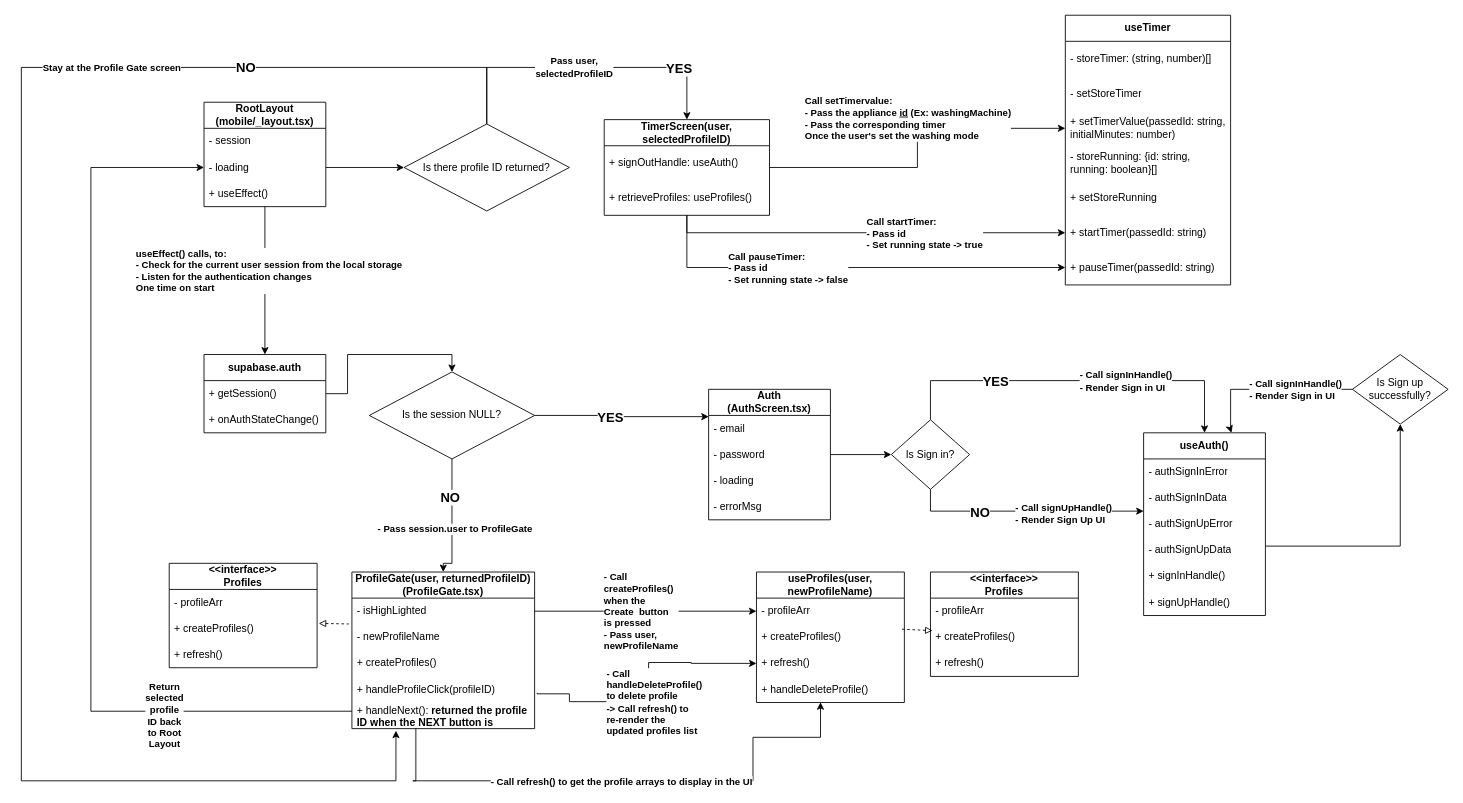
The draw.io diagram page "UML Class Diagram" (1 of 2) of Class_Diagram_Web.drawio in khanhsaan/SharedTimer_v1, before the edit. Source tidied: cells renumbered, new cells numbered last; positions are measured from the earlier drawing's top-left corner, leaving out a move shared by most shapes. Both pictures are drawn from the tidied source at 87%, with x=0, y=0 at pixel (21, 15).
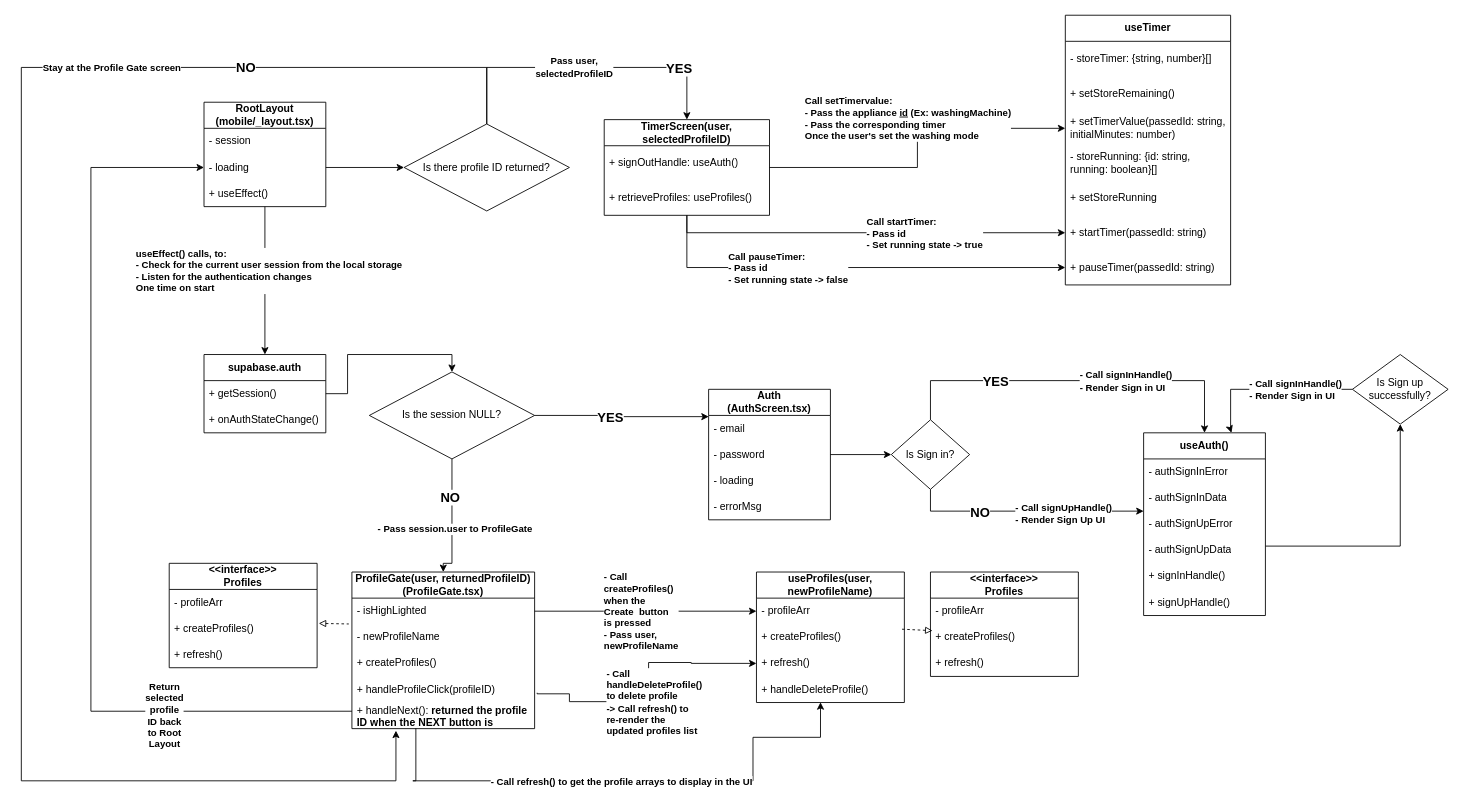
After the change.

Unchanged cells that the change refers to:
```xml
<mxCell id="84" value="useTimer" style="swimlane;fontStyle=1;horizontal=1;startSize=30;whiteSpace=wrap;html=1;" parent="1" vertex="1">
  <mxGeometry x="1200" width="190" height="310" as="geometry" />
</mxCell>
```

What changed in the source:
```diff
@@
-    <mxCell id="85" value="&lt;div&gt;- storeTimer: (string, number)[]&lt;/div&gt;" style="text;strokeColor=none;fillColor=none;align=left;verticalAlign=middle;spacingLeft=4;spacingRight=4;overflow=hidden;whiteSpace=wrap;html=1;" parent="84" vertex="1">
+    <mxCell id="85" value="&lt;div&gt;- storeTimer: {string, number}[]&lt;/div&gt;" style="text;strokeColor=none;fillColor=none;align=left;verticalAlign=middle;spacingLeft=4;spacingRight=4;overflow=hidden;whiteSpace=wrap;html=1;" parent="84" vertex="1">
       <mxGeometry y="30" width="190" height="40" as="geometry" />
     </mxCell>
-    <mxCell id="86" value="&lt;div&gt;- setStoreTimer&lt;/div&gt;" style="text;strokeColor=none;fillColor=none;align=left;verticalAlign=middle;spacingLeft=4;spacingRight=4;overflow=hidden;whiteSpace=wrap;html=1;" parent="84" vertex="1">
+    <mxCell id="86" value="&lt;div&gt;+ setStoreRemaining()&lt;/div&gt;" style="text;strokeColor=none;fillColor=none;align=left;verticalAlign=middle;spacingLeft=4;spacingRight=4;overflow=hidden;whiteSpace=wrap;html=1;" parent="84" vertex="1">
       <mxGeometry y="70" width="190" height="40" as="geometry" />
     </mxCell>
```
